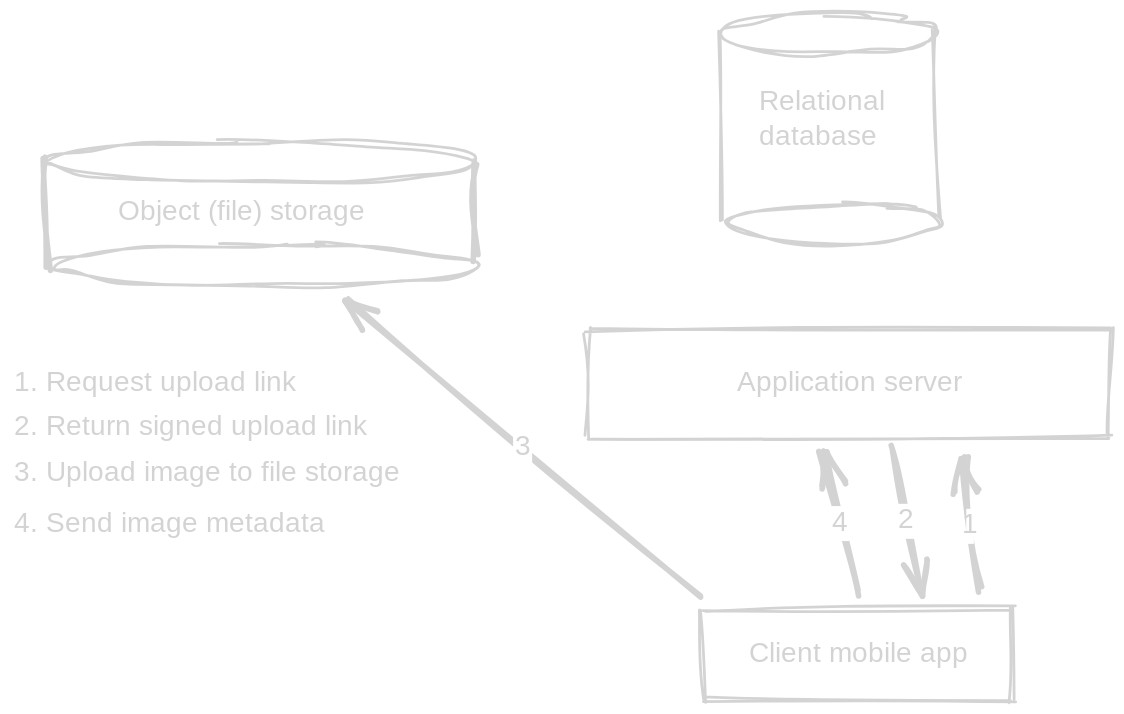
Above: images/gym-app-upload-4-revised.svg in filipegeric/scaling-the-client (Excalidraw), before the change. Source tidied: one line per element, renumbered; positions are measured from the earlier drawing's top-left corner, leaving out a move shared by most shapes.
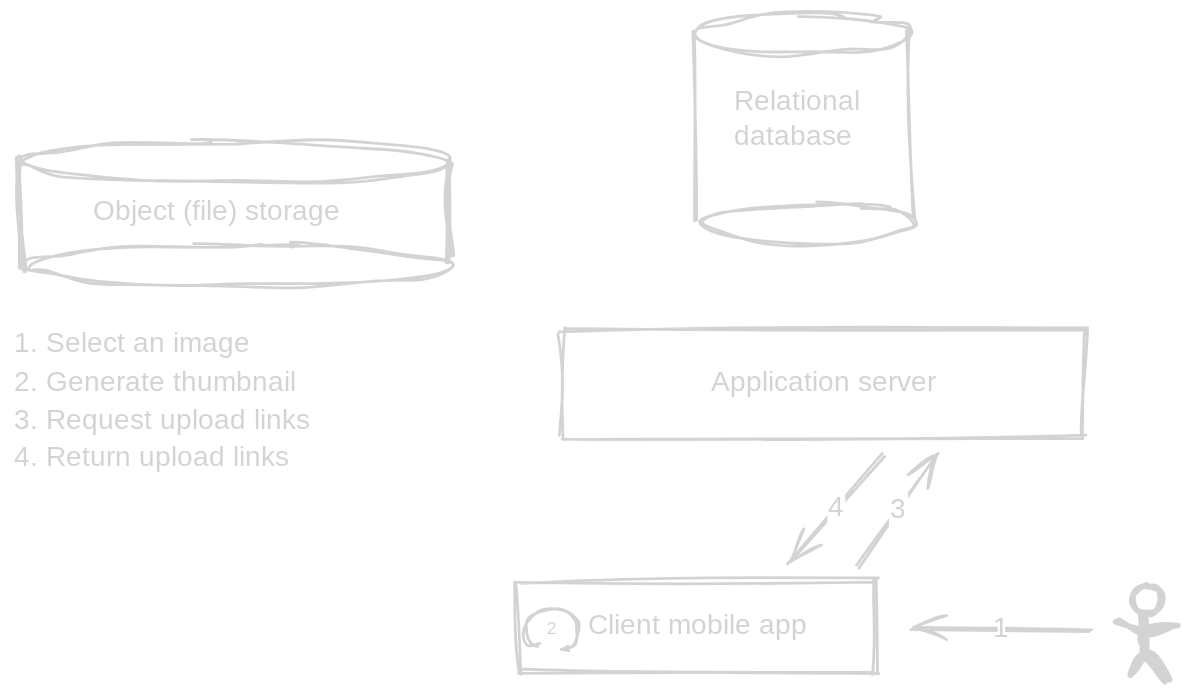
After the commit.

Change to the diagram source:
```diff
@@ -1,5 +1,5 @@
-{"id": 0, "type": "rectangle", "strokeColor": "#1e1e1e", "strokeWidth": 2, "roughness": 2, "x": 492, "y": 425, "width": 222, "height": 65}
+{"id": 0, "type": "rectangle", "strokeColor": "#1e1e1e", "strokeWidth": 2, "roughness": 2, "x": 378, "y": 405, "width": 256, "height": 65}
-{"id": 1, "type": "text", "text": "Client mobile app", "strokeColor": "#1e1e1e", "backgroundColor": "#ffffff", "fillStyle": "solid", "strokeWidth": 2, "roughness": 2, "fontSize": 20, "fontFamily": 1, "textAlign": "center", "verticalAlign": "middle", "inside": 0, "x": 522, "y": 445, "width": 162, "height": 25}
+{"id": 1, "type": "text", "text": "Client mobile app", "strokeColor": "#1e1e1e", "backgroundColor": "#ffffff", "fillStyle": "solid", "strokeWidth": 2, "roughness": 2, "fontSize": 20, "fontFamily": 1, "textAlign": "center", "verticalAlign": "middle", "inside": 0, "x": 426, "y": 425, "width": 162, "height": 25}
 {"id": 2, "type": "rectangle", "strokeColor": "#1e1e1e", "strokeWidth": 2, "roughness": 2, "x": 410, "y": 225, "width": 372, "height": 78}
 {"id": 3, "type": "text", "text": "Application server", "strokeColor": "#1e1e1e", "backgroundColor": "#ffffff", "fillStyle": "solid", "strokeWidth": 2, "roughness": 2, "fontSize": 20, "fontFamily": 1, "textAlign": "center", "verticalAlign": "middle", "inside": 2, "x": 510, "y": 251, "width": 172, "height": 25}
 {"id": 4, "type": "ellipse", "strokeColor": "#1e1e1e", "strokeWidth": 2, "roughness": 2, "x": 509, "y": 135, "width": 153, "height": 28}
@@ -12,15 +12,29 @@
 {"id": 11, "type": "text", "text": "Object (file) storage", "strokeColor": "#1e1e1e", "strokeWidth": 4, "roughness": 2, "fontSize": 20, "fontFamily": 1, "x": 75, "y": 129, "width": 205, "height": 25}
 {"id": 12, "type": "line", "strokeColor": "#1e1e1e", "strokeWidth": 4, "roughness": 2, "x": 22, "y": 103, "width": 2, "height": 77, "points": [[0, 0], [2, 77]]}
 {"id": 13, "type": "line", "strokeColor": "#1e1e1e", "strokeWidth": 4, "roughness": 2, "x": 327, "y": 105, "width": 3, "height": 69, "points": [[0, 0], [3, 69]]}
-{"id": 14, "type": "arrow", "strokeColor": "#1e1e1e", "strokeWidth": 4, "roughness": 2, "endArrowhead": "arrow", "from": 0, "to": 2, "x": 688, "y": 412, "width": 10, "height": 92, "points": [[0, 0], [-10, -92]]}
+{"id": 26, "type": "ellipse", "strokeColor": "#1e1e1e", "strokeWidth": 4, "roughness": 2, "round": true, "x": 818, "y": 408, "width": 20, "height": 20}
+{"id": 27, "type": "line", "strokeColor": "#1e1e1e", "strokeWidth": 4, "roughness": 2, "round": true, "x": 827, "y": 428, "width": 46, "height": 47, "points": [[0, 0], [1, 29], [-13, 45], [1, 30], [17, 47], [-1, 28], [-1, 12], [23, 7], [-1, 12], [-22, 6]]}
+{"id": 28, "type": "arrow", "strokeColor": "#1e1e1e", "strokeWidth": 2, "roughness": 1, "endArrowhead": "arrow", "round": true, "x": 787, "y": 441, "width": 127, "height": 2, "points": [[0, 0], [-127, -2]]}
-{"id": 15, "type": "text", "text": "1", "strokeColor": "#1e1e1e", "strokeWidth": 4, "roughness": 2, "fontSize": 20, "fontFamily": 1, "textAlign": "center", "verticalAlign": "middle", "inside": 14, "x": 680, "y": 353, "width": 5, "height": 25}
+{"id": 15, "type": "text", "text": "1", "strokeColor": "#1e1e1e", "strokeWidth": 2, "roughness": 1, "fontSize": 20, "fontFamily": 1, "textAlign": "center", "verticalAlign": "middle", "inside": 28, "x": 721, "y": 428, "width": 5, "height": 25}
-{"id": 16, "type": "text", "text": "1. Request upload link", "strokeColor": "#1e1e1e", "strokeWidth": 4, "roughness": 2, "fontSize": 20, "fontFamily": 1, "x": 0, "y": 251, "width": 212, "height": 25}
-{"id": 17, "type": "arrow", "strokeColor": "#1e1e1e", "strokeWidth": 4, "roughness": 2, "endArrowhead": "arrow", "from": 2, "to": 0, "x": 626, "y": 310, "width": 23, "height": 104, "points": [[0, 0], [23, 104]]}
+{"id": 29, "type": "arrow", "strokeColor": "#1e1e1e", "strokeWidth": 2, "roughness": 1, "endArrowhead": "arrow", "round": true, "x": 394, "y": 451, "width": 39, "height": 28, "points": [[0, 0], [-8, -1], [-11, -8], [-8, -18], [3, -26], [17, -25], [27, -17], [28, -8], [24, 0], [15, 2]]}
-{"id": 18, "type": "text", "text": "2", "strokeColor": "#1e1e1e", "strokeWidth": 4, "roughness": 2, "fontSize": 20, "fontFamily": 1, "textAlign": "center", "verticalAlign": "middle", "inside": 17, "x": 630, "y": 350, "width": 14, "height": 25}
+{"id": 18, "type": "text", "text": "2", "strokeColor": "#1e1e1e", "strokeWidth": 2, "roughness": 1, "fontSize": 12.3, "fontFamily": 1, "x": 399, "y": 432, "width": 9, "height": 15}
-{"id": 19, "type": "text", "text": "2. Return signed upload link", "strokeColor": "#1e1e1e", "strokeWidth": 4, "roughness": 2, "fontSize": 20, "fontFamily": 1, "x": 0, "y": 283, "width": 273, "height": 25}
-{"id": 20, "type": "arrow", "strokeColor": "#1e1e1e", "strokeWidth": 4, "roughness": 2, "endArrowhead": "arrow", "from": 0, "to": 9, "x": 490, "y": 417, "width": 254, "height": 214, "points": [[0, 0], [-254, -214]]}
+{"id": 30, "type": "text", "text": "1. Select an image", "strokeColor": "#1e1e1e", "strokeWidth": 2, "roughness": 1, "fontSize": 20, "fontFamily": 1, "x": 18, "y": 224, "width": 176, "height": 25}
+{"id": 31, "type": "text", "text": "2. Generate thumbnail", "strokeColor": "#1e1e1e", "strokeWidth": 2, "roughness": 1, "fontSize": 20, "fontFamily": 1, "x": 18, "y": 251, "width": 219, "height": 25}
+{"id": 32, "type": "arrow", "strokeColor": "#1e1e1e", "strokeWidth": 2, "roughness": 1, "endArrowhead": "arrow", "round": true, "from": 0, "to": 2, "x": 621, "y": 395, "width": 58, "height": 80, "points": [[0, 0], [58, -80]]}
-{"id": 21, "type": "text", "text": "3", "strokeColor": "#1e1e1e", "strokeWidth": 4, "roughness": 2, "fontSize": 20, "fontFamily": 1, "textAlign": "center", "verticalAlign": "middle", "inside": 20, "x": 356, "y": 297, "width": 14, "height": 25}
+{"id": 21, "type": "text", "text": "3", "strokeColor": "#1e1e1e", "strokeWidth": 2, "roughness": 1, "fontSize": 20, "fontFamily": 1, "textAlign": "center", "verticalAlign": "middle", "inside": 32, "x": 643, "y": 342, "width": 14, "height": 25}
-{"id": 22, "type": "text", "text": "3. Upload image to file storage", "strokeColor": "#1e1e1e", "strokeWidth": 4, "roughness": 2, "fontSize": 20, "fontFamily": 1, "x": 0, "y": 316, "width": 314, "height": 25}
-{"id": 23, "type": "arrow", "strokeColor": "#1e1e1e", "strokeWidth": 4, "roughness": 2, "endArrowhead": "arrow", "from": 0, "to": 2, "x": 602, "y": 414, "width": 23, "height": 99, "points": [[0, 0], [-23, -99]]}
+{"id": 33, "type": "arrow", "strokeColor": "#1e1e1e", "strokeWidth": 2, "roughness": 1, "endArrowhead": "arrow", "round": true, "from": 2, "to": 0, "x": 640, "y": 315, "width": 68, "height": 78, "points": [[0, 0], [-68, 78]]}
-{"id": 24, "type": "text", "text": "4", "strokeColor": "#1e1e1e", "strokeWidth": 4, "roughness": 2, "fontSize": 20, "fontFamily": 1, "textAlign": "center", "verticalAlign": "middle", "inside": 23, "x": 584, "y": 351, "width": 13, "height": 25}
+{"id": 24, "type": "text", "text": "4", "strokeColor": "#1e1e1e", "strokeWidth": 2, "roughness": 1, "fontSize": 20, "fontFamily": 1, "textAlign": "center", "verticalAlign": "middle", "inside": 33, "x": 599, "y": 341, "width": 13, "height": 25}
-{"id": 25, "type": "text", "text": "4. Send image metadata", "strokeColor": "#1e1e1e", "strokeWidth": 4, "roughness": 2, "fontSize": 20, "fontFamily": 1, "x": 0, "y": 352, "width": 241, "height": 25}
+{"id": 34, "type": "arrow", "strokeColor": "#1e1e1e", "strokeWidth": 2, "roughness": 1, "opacity": 0, "endArrowhead": "arrow", "round": true, "from": 0, "to": 9, "x": 405, "y": 394, "width": 127, "height": 193, "points": [[0, 0], [-127, -193]]}
+{"id": 35, "type": "text", "text": "5", "strokeColor": "#1e1e1e", "strokeWidth": 2, "roughness": 1, "opacity": 0, "fontSize": 20, "fontFamily": 1, "textAlign": "center", "verticalAlign": "middle", "inside": 34, "x": 335, "y": 285, "width": 12, "height": 25}
+{"id": 36, "type": "arrow", "strokeColor": "#1e1e1e", "strokeWidth": 2, "roughness": 1, "opacity": 0, "endArrowhead": "arrow", "round": true, "from": 0, "to": 2, "x": 532, "y": 392, "width": 21, "height": 76, "points": [[0, 0], [21, -76]]}
+{"id": 37, "type": "text", "text": "6", "strokeColor": "#1e1e1e", "strokeWidth": 2, "roughness": 1, "opacity": 0, "fontSize": 16, "fontFamily": 1, "textAlign": "center", "verticalAlign": "middle", "inside": 36, "x": 538, "y": 344, "width": 10, "height": 20}
+{"id": 38, "type": "arrow", "strokeColor": "#1e1e1e", "strokeWidth": 2, "roughness": 1, "opacity": 0, "endArrowhead": "arrow", "round": true, "from": 2, "to": 4, "x": 520, "y": 213, "width": 73, "height": 39, "points": [[0, 0], [73, -39]]}
+{"id": 39, "type": "text", "text": "7", "strokeColor": "#1e1e1e", "strokeWidth": 2, "roughness": 1, "opacity": 0, "fontSize": 16, "fontFamily": 1, "textAlign": "center", "verticalAlign": "middle", "inside": 38, "x": 553, "y": 183, "width": 9, "height": 20}
+{"id": 40, "type": "arrow", "strokeColor": "#1e1e1e", "strokeWidth": 2, "roughness": 1, "opacity": 0, "endArrowhead": "arrow", "round": true, "from": 2, "to": 0, "x": 494, "y": 314, "width": 4, "height": 77, "points": [[0, 0], [4, 77]]}
+{"id": 41, "type": "text", "text": "8", "strokeColor": "#1e1e1e", "strokeWidth": 2, "roughness": 1, "opacity": 0, "fontSize": 16, "fontFamily": 1, "textAlign": "center", "verticalAlign": "middle", "inside": 40, "x": 490, "y": 342, "width": 12, "height": 20}
+{"id": 42, "type": "text", "text": "3. Request upload links", "strokeColor": "#1e1e1e", "strokeWidth": 2, "roughness": 1, "fontSize": 20, "fontFamily": 1, "x": 18, "y": 279, "width": 231, "height": 25}
+{"id": 43, "type": "text", "text": "4. Return upload links", "strokeColor": "#1e1e1e", "strokeWidth": 2, "roughness": 1, "fontSize": 20, "fontFamily": 1, "x": 18, "y": 306, "width": 215, "height": 25}
+{"id": 44, "type": "text", "text": "5. Upload image and thumbnail", "strokeColor": "#1e1e1e", "strokeWidth": 2, "roughness": 1, "opacity": 0, "fontSize": 20, "fontFamily": 1, "x": 18, "y": 330, "width": 296, "height": 25}
+{"id": 45, "type": "text", "text": "6. Send metadata", "strokeColor": "#1e1e1e", "strokeWidth": 2, "roughness": 1, "opacity": 0, "fontSize": 20, "fontFamily": 1, "x": 18, "y": 360, "width": 180, "height": 25}
+{"id": 46, "type": "text", "text": "7. Store metadata", "strokeColor": "#1e1e1e", "strokeWidth": 2, "roughness": 1, "opacity": 0, "fontSize": 20, "fontFamily": 1, "x": 18, "y": 388, "width": 188, "height": 25}
+{"id": 47, "type": "text", "text": "8. Return success response", "strokeColor": "#1e1e1e", "strokeWidth": 2, "roughness": 1, "opacity": 0, "fontSize": 20, "fontFamily": 1, "x": 18, "y": 416, "width": 273, "height": 25}
```
